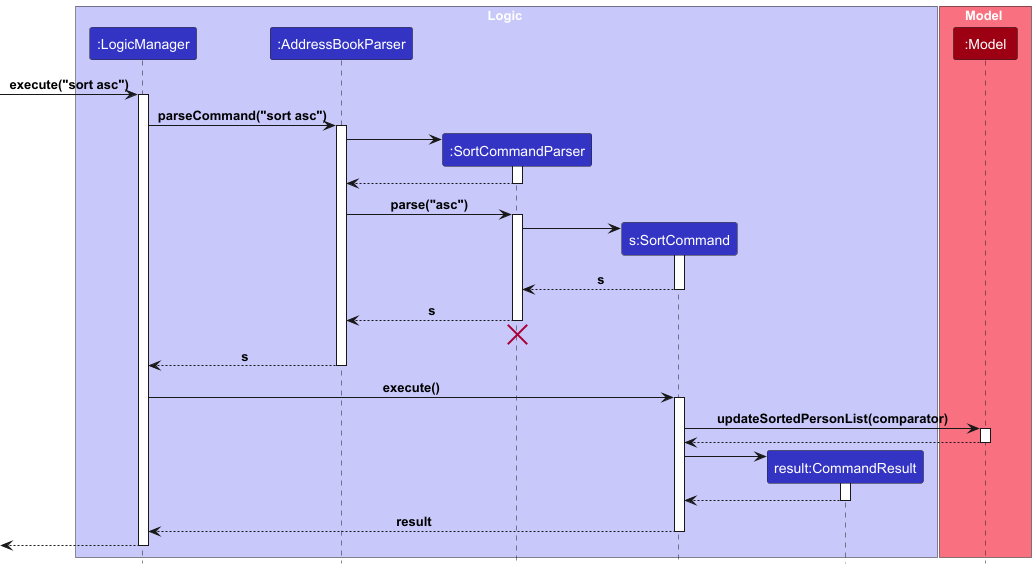
This is docs/images/SortSequenceDiagram.png from swatirajesh277/tp, a PlantUML export, as it was before one commit.
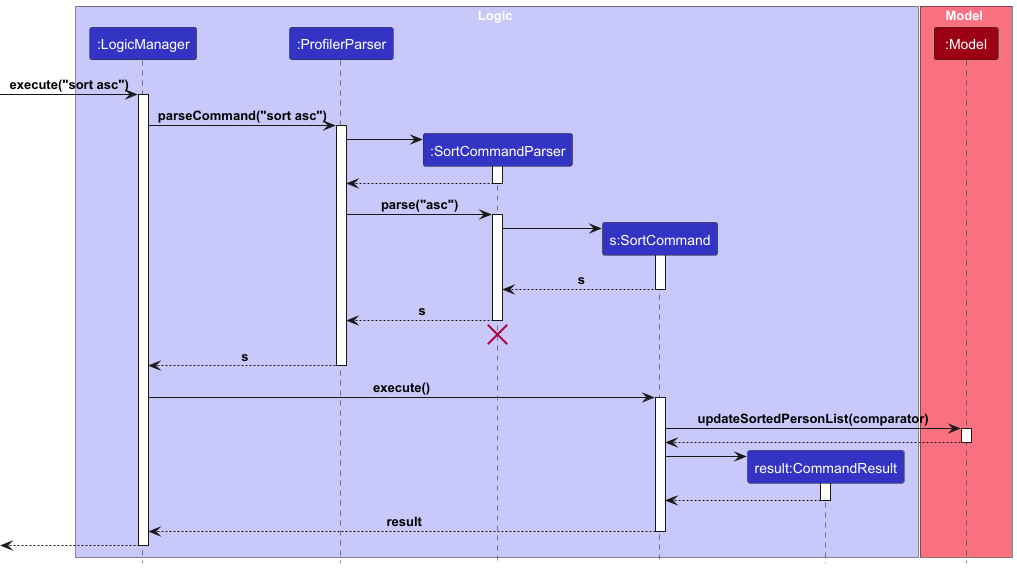
After the commit.

Diff of the diagram source:
```diff
@@ -3,7 +3,7 @@
 
 box Logic LOGIC_COLOR_T1
 participant ":LogicManager" as LogicManager LOGIC_COLOR
-participant ":AddressBookParser" as AddressBookParser LOGIC_COLOR
+participant ":ProfilerParser" as ProfilerParser LOGIC_COLOR
 participant ":SortCommandParser" as SortCommandParser LOGIC_COLOR
 participant "s:SortCommand" as SortCommand LOGIC_COLOR
 participant "result:CommandResult" as CommandResult LOGIC_COLOR
@@ -16,17 +16,17 @@
 [-> LogicManager : execute("sort asc")
 activate LogicManager
 
-LogicManager -> AddressBookParser : parseCommand("sort asc")
-activate AddressBookParser
+LogicManager -> ProfilerParser : parseCommand("sort asc")
+activate ProfilerParser
 
 create SortCommandParser
-AddressBookParser -> SortCommandParser
+ProfilerParser -> SortCommandParser
 activate SortCommandParser
 
-SortCommandParser --> AddressBookParser
+SortCommandParser --> ProfilerParser
 deactivate SortCommandParser
 
-AddressBookParser -> SortCommandParser : parse("asc")
+ProfilerParser -> SortCommandParser : parse("asc")
 activate SortCommandParser
 
 create SortCommand
@@ -36,13 +36,13 @@
 SortCommand --> SortCommandParser : s
 deactivate SortCommand
 
-SortCommandParser --> AddressBookParser : s
+SortCommandParser --> ProfilerParser : s
 deactivate SortCommandParser
-SortCommandParser -[hidden]-> AddressBookParser
+SortCommandParser -[hidden]-> ProfilerParser
 destroy SortCommandParser
 
-AddressBookParser --> LogicManager : s
-deactivate AddressBookParser
+ProfilerParser --> LogicManager : s
+deactivate ProfilerParser
 
 LogicManager -> SortCommand : execute()
 activate SortCommand
```
